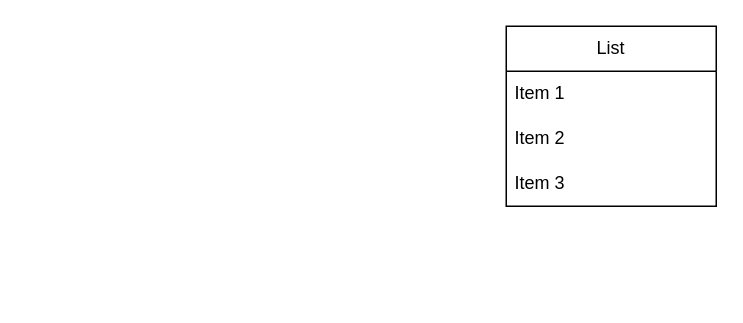
Earlier version of the draw.io diagram diagram.drawio (kyBa-Le/TodoList). Source tidied: cells renumbered, new cells numbered last; positions are measured from the earlier drawing's top-left corner, leaving out a move shared by most shapes. Both pictures are drawn from the tidied source at 150%, with x=0, y=0 at pixel (506, 26).
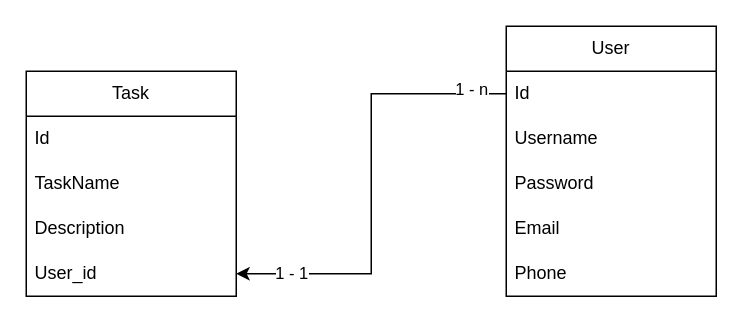
The same page after the edit.

Change to the diagram source:
```diff
@@
 <mxGraphModel>
   <root>
     <mxCell id="0" />
     <mxCell id="1" parent="0" />
-    <mxCell id="2" value="List" style="swimlane;fontStyle=0;horizontal=1;startSize=30;whiteSpace=wrap;html=1;" parent="1" vertex="1">
-      <mxGeometry width="140" height="120" as="geometry" />
+    <mxCell id="2" value="User" style="swimlane;fontStyle=0;horizontal=1;startSize=30;whiteSpace=wrap;html=1;" parent="1" vertex="1">
+      <mxGeometry width="140" height="180" as="geometry" />
     </mxCell>
-    <mxCell id="3" value="Item 1" style="text;strokeColor=none;fillColor=none;align=left;verticalAlign=middle;spacingLeft=4;spacingRight=4;overflow=hidden;points=[[0,0.5],[1,0.5]];portConstraint=eastwest;whiteSpace=wrap;html=1;" parent="2" vertex="1">
+    <mxCell id="3" value="Id" style="text;strokeColor=none;fillColor=none;align=left;verticalAlign=middle;spacingLeft=4;spacingRight=4;overflow=hidden;points=[[0,0.5],[1,0.5]];portConstraint=eastwest;whiteSpace=wrap;html=1;" parent="2" vertex="1">
       <mxGeometry y="30" width="140" height="30" as="geometry" />
     </mxCell>
-    <mxCell id="4" value="Item 2" style="text;strokeColor=none;fillColor=none;align=left;verticalAlign=middle;spacingLeft=4;spacingRight=4;overflow=hidden;whiteSpace=wrap;html=1;" parent="2" vertex="1">
+    <mxCell id="4" value="Username" style="text;strokeColor=none;fillColor=none;align=left;verticalAlign=middle;spacingLeft=4;spacingRight=4;overflow=hidden;whiteSpace=wrap;html=1;" parent="2" vertex="1">
       <mxGeometry y="60" width="140" height="30" as="geometry" />
     </mxCell>
-    <mxCell id="5" value="Item 3" style="text;strokeColor=none;fillColor=none;align=left;verticalAlign=middle;spacingLeft=4;spacingRight=4;overflow=hidden;whiteSpace=wrap;html=1;" parent="2" vertex="1">
+    <mxCell id="5" value="Password" style="text;strokeColor=none;fillColor=none;align=left;verticalAlign=middle;spacingLeft=4;spacingRight=4;overflow=hidden;whiteSpace=wrap;html=1;" parent="2" vertex="1">
       <mxGeometry y="90" width="140" height="30" as="geometry" />
     </mxCell>
+    <mxCell id="6" value="Email" style="text;strokeColor=none;fillColor=none;align=left;verticalAlign=middle;spacingLeft=4;spacingRight=4;overflow=hidden;whiteSpace=wrap;html=1;" parent="2" vertex="1">
+      <mxGeometry y="120" width="140" height="30" as="geometry" />
+    </mxCell>
+    <mxCell id="7" value="Phone" style="text;strokeColor=none;fillColor=none;align=left;verticalAlign=middle;spacingLeft=4;spacingRight=4;overflow=hidden;whiteSpace=wrap;html=1;" parent="2" vertex="1">
+      <mxGeometry y="150" width="140" height="30" as="geometry" />
+    </mxCell>
+    <mxCell id="8" value="Task" style="swimlane;fontStyle=0;horizontal=1;startSize=30;whiteSpace=wrap;html=1;" parent="1" vertex="1">
+      <mxGeometry x="-320" y="30" width="140" height="150" as="geometry" />
+    </mxCell>
+    <mxCell id="9" value="Id" style="text;strokeColor=none;fillColor=none;align=left;verticalAlign=middle;spacingLeft=4;spacingRight=4;overflow=hidden;whiteSpace=wrap;html=1;" parent="8" vertex="1">
+      <mxGeometry y="30" width="140" height="30" as="geometry" />
+    </mxCell>
+    <mxCell id="10" value="TaskName" style="text;strokeColor=none;fillColor=none;align=left;verticalAlign=middle;spacingLeft=4;spacingRight=4;overflow=hidden;whiteSpace=wrap;html=1;" parent="8" vertex="1">
+      <mxGeometry y="60" width="140" height="30" as="geometry" />
+    </mxCell>
+    <mxCell id="11" value="Description" style="text;strokeColor=none;fillColor=none;align=left;verticalAlign=middle;spacingLeft=4;spacingRight=4;overflow=hidden;whiteSpace=wrap;html=1;" parent="8" vertex="1">
+      <mxGeometry y="90" width="140" height="30" as="geometry" />
+    </mxCell>
+    <mxCell id="12" value="User_id" style="text;strokeColor=none;fillColor=none;align=left;verticalAlign=middle;spacingLeft=4;spacingRight=4;overflow=hidden;points=[[0,0.5],[1,0.5]];portConstraint=eastwest;whiteSpace=wrap;html=1;" parent="8" vertex="1">
+      <mxGeometry y="120" width="140" height="30" as="geometry" />
+    </mxCell>
+    <mxCell id="13" style="edgeStyle=orthogonalEdgeStyle;rounded=0;jettySize=auto;html=1;exitX=0;exitY=0.5;exitDx=0;exitDy=0;" parent="1" edge="1" source="3" target="12">
+      <mxGeometry relative="1" as="geometry" />
+    </mxCell>
+    <mxCell id="14" value="1 - n" style="edgeLabel;html=1;align=center;verticalAlign=middle;" parent="13" vertex="1">
+      <mxGeometry x="-0.84" y="-4" relative="1" as="geometry" />
+    </mxCell>
+    <mxCell id="15" value="1 - 1" style="edgeLabel;html=1;align=center;verticalAlign=middle;" parent="13" vertex="1">
+      <mxGeometry x="0.76" y="-1" relative="1" as="geometry" />
+    </mxCell>
   </root>
 </mxGraphModel>
```
